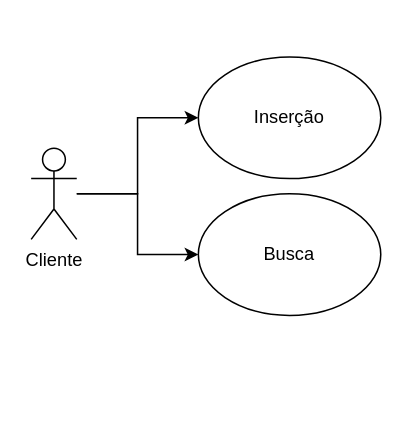
Earlier version of the draw.io diagram CasosdeUso/casosdeusos.drawio (rodoraciotto/Crawler). Source tidied: cells renumbered, new cells numbered last; positions are measured from the earlier drawing's top-left corner, leaving out a move shared by most shapes. Both pictures are drawn from the tidied source at 152%, with x=0, y=0 at pixel (30, 56).
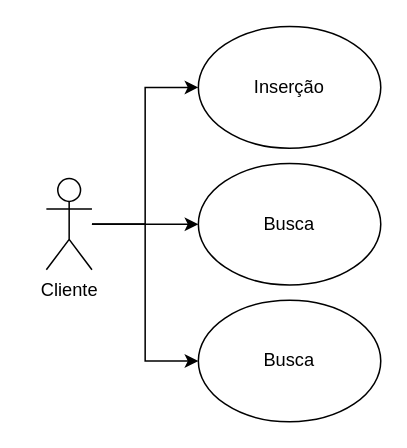
The same diagram, later.

Commit message (it also covers changes not shown here):
atualização de casos de uso

Diff of the diagram source:
```diff
@@
 <mxGraphModel>
   <root>
     <mxCell id="0" />
     <mxCell id="1" parent="0" />
     <mxCell id="2" value="Inserção" style="ellipse;whiteSpace=wrap;html=1;" parent="1" vertex="1">
-      <mxGeometry x="110" width="120" height="80" as="geometry" />
+      <mxGeometry x="110" y="-20" width="120" height="80" as="geometry" />
     </mxCell>
     <mxCell id="3" value="Busca" style="ellipse;whiteSpace=wrap;html=1;" parent="1" vertex="1">
-      <mxGeometry x="110" y="90" width="120" height="80" as="geometry" />
+      <mxGeometry x="110" y="160" width="120" height="80" as="geometry" />
     </mxCell>
     <mxCell id="4" style="edgeStyle=orthogonalEdgeStyle;rounded=0;jettySize=auto;html=1;entryX=0;entryY=0.5;entryDx=0;entryDy=0;" parent="1" edge="1" source="6" target="2">
       <mxGeometry relative="1" as="geometry" />
     </mxCell>
     <mxCell id="5" style="edgeStyle=orthogonalEdgeStyle;rounded=0;jettySize=auto;html=1;entryX=0;entryY=0.5;entryDx=0;entryDy=0;" parent="1" edge="1" source="6" target="3">
       <mxGeometry relative="1" as="geometry" />
     </mxCell>
+    <mxCell id="7" style="edgeStyle=orthogonalEdgeStyle;rounded=0;jettySize=auto;html=1;entryX=0;entryY=0.5;entryDx=0;entryDy=0;" parent="1" edge="1" source="6" target="8">
+      <mxGeometry relative="1" as="geometry" />
+    </mxCell>
     <mxCell id="6" value="Cliente" style="shape=umlActor;verticalLabelPosition=bottom;verticalAlign=top;html=1;outlineConnect=0;" parent="1" vertex="1">
-      <mxGeometry y="60" width="30" height="60" as="geometry" />
+      <mxGeometry x="10" y="80" width="30" height="60" as="geometry" />
     </mxCell>
+    <mxCell id="8" value="Busca" style="ellipse;whiteSpace=wrap;html=1;" parent="1" vertex="1">
+      <mxGeometry x="110" y="70" width="120" height="80" as="geometry" />
+    </mxCell>
   </root>
 </mxGraphModel>
```
